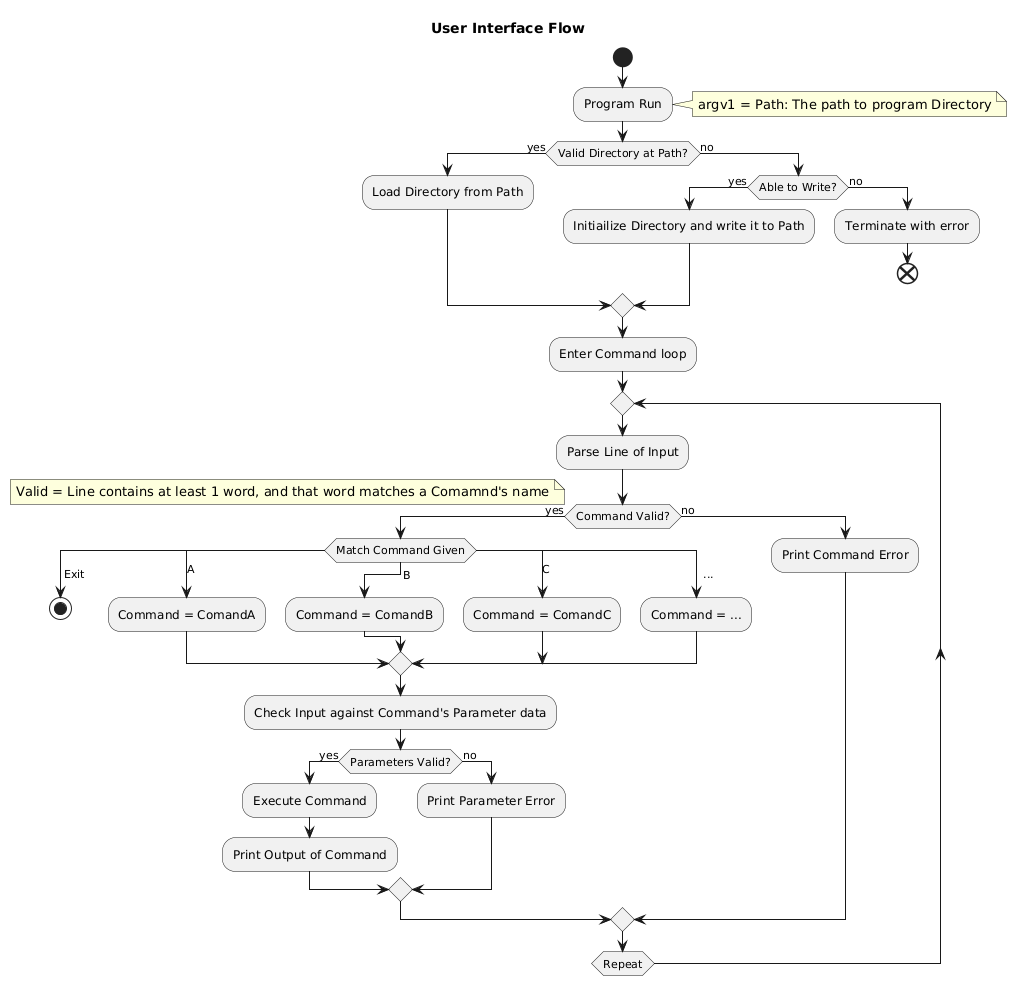
Before: docs/interfaceflow.png, a diagram exported from PlantUML (IsaiasB1122/CS100-Project).
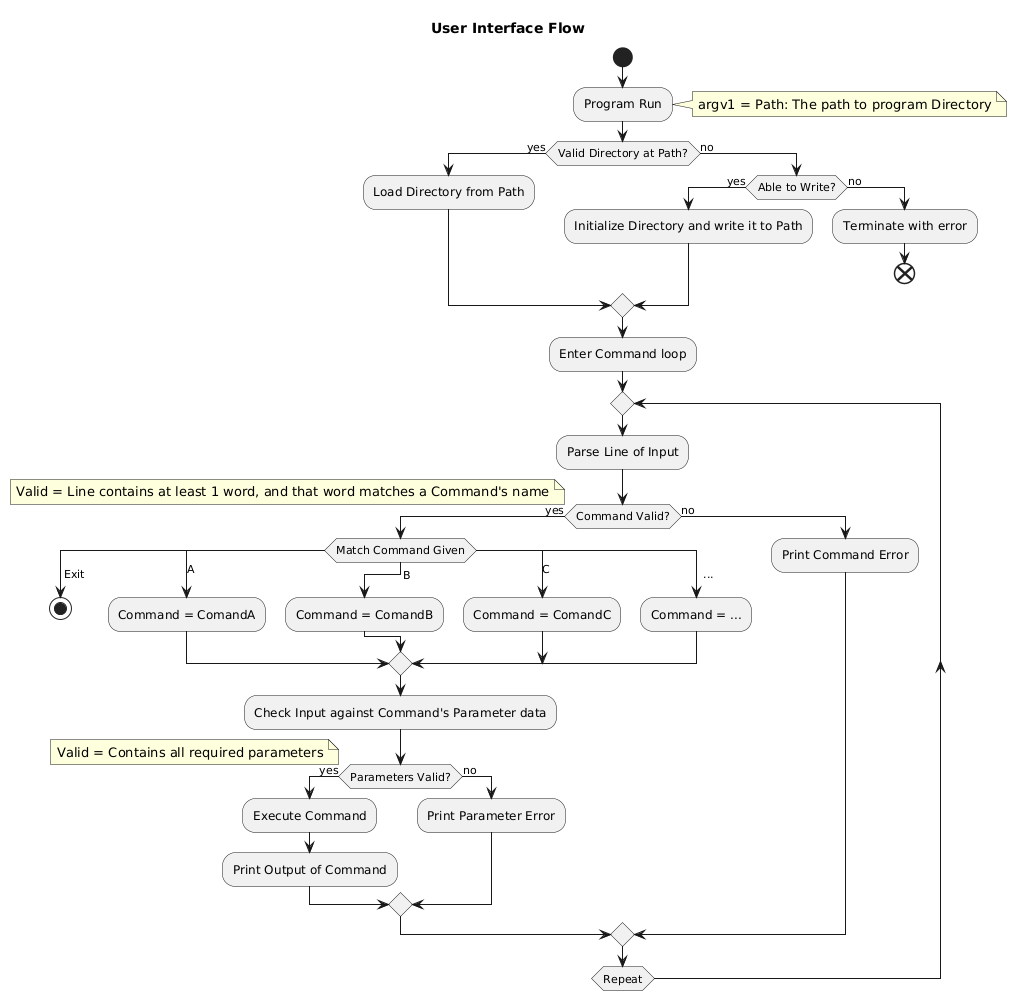
Later version of the same file.

Commit message:
Correct interface diagram typos

Diff of the diagram source:
```diff
@@ -1,6 +1,5 @@
 @startuml
 title User Interface Flow
-
 
 start
 
@@ -11,7 +10,7 @@
   :Load Directory from Path;
 else (no)
   if (Able to Write?) then (yes)
-    :Initiailize Directory and write it to Path;
+    :Initialize Directory and write it to Path;
   else (no)
     :Terminate with error;
     end
@@ -23,7 +22,7 @@
 :Parse Line of Input;
 
 if (Command Valid?) then (yes)
-note left: Valid = Line contains at least 1 word, and that word matches a Comamnd's name
+note left: Valid = Line contains at least 1 word, and that word matches a Command's name
   switch (Match Command Given)
   case ( Exit )
     stop
@@ -38,6 +37,7 @@
   endswitch
   :Check Input against Command's Parameter data;
   if (Parameters Valid?) then (yes)
+  note left: Valid = Contains all required parameters
     :Execute Command;
     :Print Output of Command;
   else (no)
```
